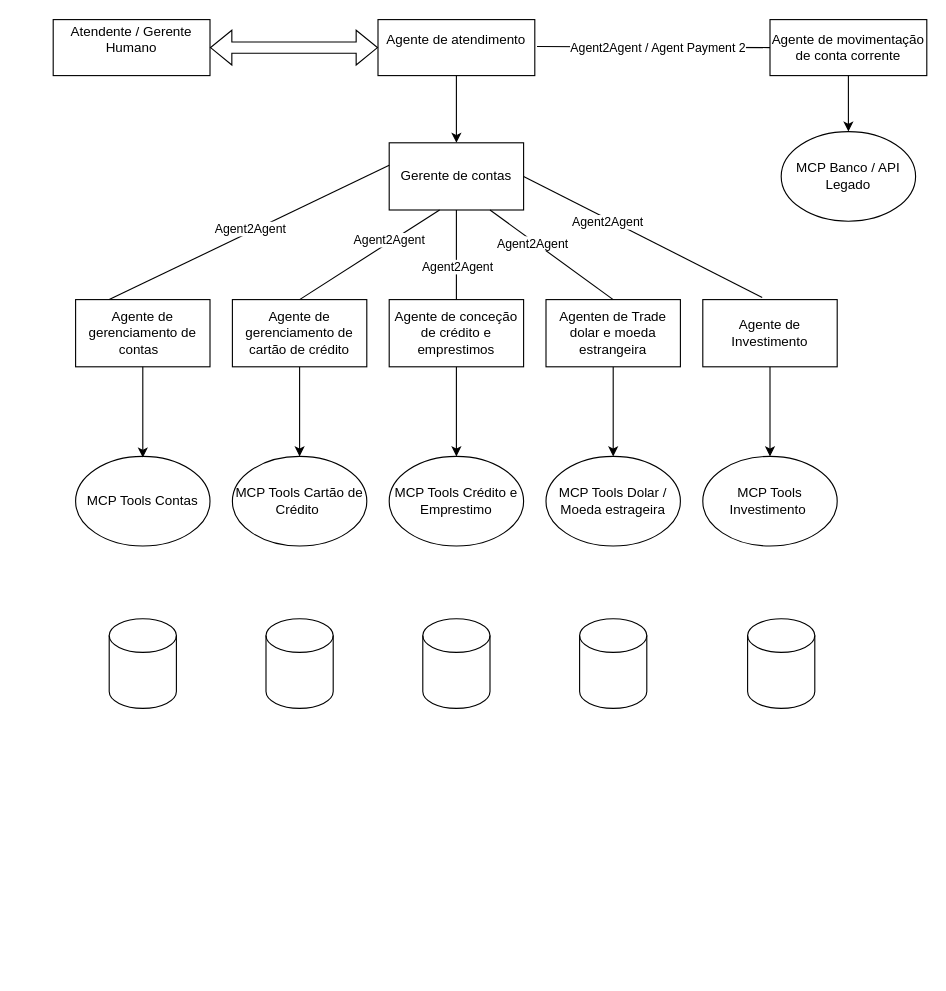
oliverccf/Brand-Management-AI keeps this draw.io diagram as Diagrama de .drawio. Above is the earlier version. Source tidied: cells renumbered, new cells numbered last; positions are measured from the earlier drawing's top-left corner, leaving out a move shared by most shapes. Both pictures are drawn from the tidied source at 112%, with x=0, y=0 at pixel (53, 19).
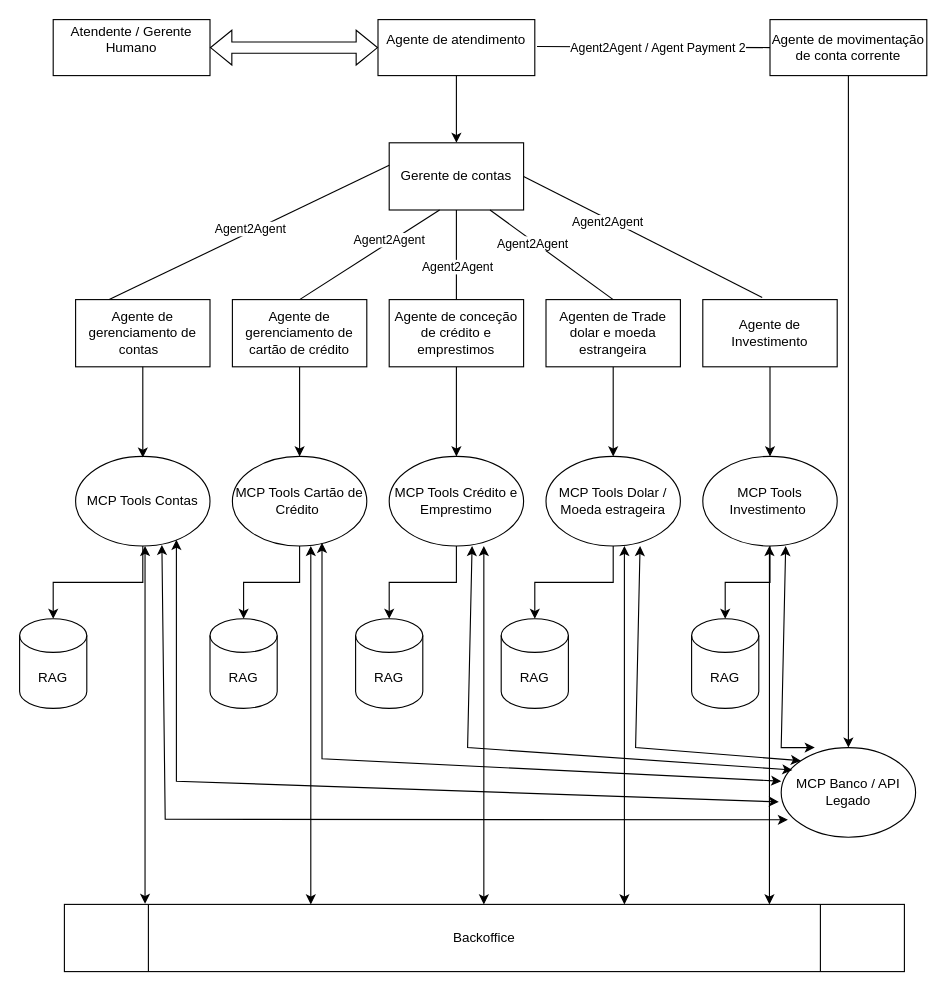
The same page after the edit.

The change refers to these unchanged cells:
```xml
<mxCell id="5" value="MCP Tools Contas" style="ellipse;whiteSpace=wrap;html=1;" parent="1" vertex="1">
  <mxGeometry x="20" y="390" width="120" height="80" as="geometry" />
</mxCell>
<mxCell id="6" value="MCP Tools Cartão de Crédito&amp;nbsp;" style="ellipse;whiteSpace=wrap;html=1;" parent="1" vertex="1">
  <mxGeometry x="160" y="390" width="120" height="80" as="geometry" />
</mxCell>
<mxCell id="10" value="MCP Tools Crédito e Emprestimo" style="ellipse;whiteSpace=wrap;html=1;" parent="1" vertex="1">
  <mxGeometry x="300" y="390" width="120" height="80" as="geometry" />
</mxCell>
<mxCell id="11" value="MCP Tools Dolar / Moeda estrageira" style="ellipse;whiteSpace=wrap;html=1;" parent="1" vertex="1">
  <mxGeometry x="440" y="390" width="120" height="80" as="geometry" />
</mxCell>
<mxCell id="16" value="MCP Tools Investimento&amp;nbsp;" style="ellipse;whiteSpace=wrap;html=1;" parent="1" vertex="1">
  <mxGeometry x="580" y="390" width="120" height="80" as="geometry" />
</mxCell>
```

The edit, as a diff of the source:
```diff
@@
     <mxCell id="4" value="MCP Banco / API Legado" style="ellipse;whiteSpace=wrap;html=1;" parent="1" vertex="1">
-      <mxGeometry x="650" y="100" width="120" height="80" as="geometry" />
+      <mxGeometry x="650" y="650" width="120" height="80" as="geometry" />
     </mxCell>
+    <mxCell id="42" style="edgeStyle=orthogonalEdgeStyle;rounded=0;jettySize=auto;html=1;" parent="1" edge="1" source="5" target="37">
+      <mxGeometry relative="1" as="geometry" />
+    </mxCell>
@@
+    <mxCell id="43" style="edgeStyle=orthogonalEdgeStyle;rounded=0;jettySize=auto;html=1;" parent="1" edge="1" source="6" target="38">
+      <mxGeometry relative="1" as="geometry" />
+    </mxCell>
@@
+    <mxCell id="44" style="edgeStyle=orthogonalEdgeStyle;rounded=0;jettySize=auto;html=1;" parent="1" edge="1" source="10" target="39">
+      <mxGeometry relative="1" as="geometry" />
+    </mxCell>
@@
+    <mxCell id="45" style="edgeStyle=orthogonalEdgeStyle;rounded=0;jettySize=auto;html=1;" parent="1" edge="1" source="11" target="40">
+      <mxGeometry relative="1" as="geometry" />
+    </mxCell>
@@
+    <mxCell id="46" style="edgeStyle=orthogonalEdgeStyle;rounded=0;jettySize=auto;html=1;" parent="1" edge="1" source="16" target="41">
+      <mxGeometry relative="1" as="geometry" />
+    </mxCell>
@@
-    <mxCell id="37" style="shape=cylinder3;whiteSpace=wrap;html=1;boundedLbl=1;backgroundOutline=1;size=15;" parent="1" vertex="1">
-      <mxGeometry x="50" y="535" width="60" height="80" as="geometry" />
+    <mxCell id="37" value="RAG" style="shape=cylinder3;whiteSpace=wrap;html=1;boundedLbl=1;backgroundOutline=1;size=15;" parent="1" vertex="1">
+      <mxGeometry x="-30" y="535" width="60" height="80" as="geometry" />
     </mxCell>
-    <mxCell id="38" style="shape=cylinder3;whiteSpace=wrap;html=1;boundedLbl=1;backgroundOutline=1;size=15;" parent="1" vertex="1">
-      <mxGeometry x="190" y="535" width="60" height="80" as="geometry" />
+    <mxCell id="38" value="RAG" style="shape=cylinder3;whiteSpace=wrap;html=1;boundedLbl=1;backgroundOutline=1;size=15;" parent="1" vertex="1">
+      <mxGeometry x="140" y="535" width="60" height="80" as="geometry" />
     </mxCell>
-    <mxCell id="39" style="shape=cylinder3;whiteSpace=wrap;html=1;boundedLbl=1;backgroundOutline=1;size=15;" parent="1" vertex="1">
-      <mxGeometry x="330" y="535" width="60" height="80" as="geometry" />
+    <mxCell id="39" value="RAG" style="shape=cylinder3;whiteSpace=wrap;html=1;boundedLbl=1;backgroundOutline=1;size=15;" parent="1" vertex="1">
+      <mxGeometry x="270" y="535" width="60" height="80" as="geometry" />
     </mxCell>
-    <mxCell id="40" style="shape=cylinder3;whiteSpace=wrap;html=1;boundedLbl=1;backgroundOutline=1;size=15;" parent="1" vertex="1">
-      <mxGeometry x="470" y="535" width="60" height="80" as="geometry" />
+    <mxCell id="40" value="RAG" style="shape=cylinder3;whiteSpace=wrap;html=1;boundedLbl=1;backgroundOutline=1;size=15;" parent="1" vertex="1">
+      <mxGeometry x="400" y="535" width="60" height="80" as="geometry" />
     </mxCell>
-    <mxCell id="41" style="shape=cylinder3;whiteSpace=wrap;html=1;boundedLbl=1;backgroundOutline=1;size=15;" parent="1" vertex="1">
-      <mxGeometry x="620" y="535" width="60" height="80" as="geometry" />
+    <mxCell id="41" value="RAG" style="shape=cylinder3;whiteSpace=wrap;html=1;boundedLbl=1;backgroundOutline=1;size=15;" parent="1" vertex="1">
+      <mxGeometry x="570" y="535" width="60" height="80" as="geometry" />
     </mxCell>
+    <mxCell id="47" style="endArrow=classic;startArrow=classic;html=1;rounded=0;entryX=0.642;entryY=0.988;entryDx=0;entryDy=0;entryPerimeter=0;exitX=0.05;exitY=0.806;exitDx=0;exitDy=0;exitPerimeter=0;" parent="1" edge="1" source="4" target="5">
+      <mxGeometry relative="1" as="geometry">
+        <Array as="points">
+          <mxPoint x="100" y="714" />
+        </Array>
+      </mxGeometry>
+    </mxCell>
+    <mxCell id="48" style="endArrow=classic;startArrow=classic;html=1;rounded=0;entryX=0.642;entryY=0.988;entryDx=0;entryDy=0;entryPerimeter=0;exitX=-0.017;exitY=0.606;exitDx=0;exitDy=0;exitPerimeter=0;" parent="1" edge="1" source="4">
+      <mxGeometry relative="1" as="geometry">
+        <mxPoint x="110" y="464.5" as="targetPoint" />
+        <Array as="points">
+          <mxPoint x="110" y="680" />
+        </Array>
+      </mxGeometry>
+    </mxCell>
+    <mxCell id="49" style="endArrow=classic;startArrow=classic;html=1;rounded=0;entryX=0.642;entryY=0.988;entryDx=0;entryDy=0;entryPerimeter=0;exitX=0;exitY=0.375;exitDx=0;exitDy=0;exitPerimeter=0;" parent="1" edge="1" source="4">
+      <mxGeometry relative="1" as="geometry">
+        <mxPoint x="240" y="467.2" as="targetPoint" />
+        <Array as="points">
+          <mxPoint x="240" y="660" />
+        </Array>
+      </mxGeometry>
+    </mxCell>
+    <mxCell id="50" style="endArrow=classic;startArrow=classic;html=1;rounded=0;entryX=0.642;entryY=0.988;entryDx=0;entryDy=0;entryPerimeter=0;exitX=0.083;exitY=0.25;exitDx=0;exitDy=0;exitPerimeter=0;" parent="1" edge="1" source="4">
+      <mxGeometry relative="1" as="geometry">
+        <mxPoint x="374" y="470" as="targetPoint" />
+        <Array as="points">
+          <mxPoint x="370" y="650" />
+        </Array>
+      </mxGeometry>
+    </mxCell>
+    <mxCell id="51" style="endArrow=classic;startArrow=classic;html=1;rounded=0;entryX=0.642;entryY=0.988;entryDx=0;entryDy=0;entryPerimeter=0;exitX=0;exitY=0;exitDx=0;exitDy=0;" parent="1" edge="1" source="4">
+      <mxGeometry relative="1" as="geometry">
+        <mxPoint x="524" y="470" as="targetPoint" />
+        <Array as="points">
+          <mxPoint x="520" y="650" />
+        </Array>
+      </mxGeometry>
+    </mxCell>
+    <mxCell id="52" style="endArrow=classic;startArrow=classic;html=1;rounded=0;entryX=0.642;entryY=0.988;entryDx=0;entryDy=0;entryPerimeter=0;" parent="1" edge="1">
+      <mxGeometry relative="1" as="geometry">
+        <mxPoint x="680" y="650" as="sourcePoint" />
+        <mxPoint x="654" y="470" as="targetPoint" />
+        <Array as="points">
+          <mxPoint x="650" y="650" />
+        </Array>
+      </mxGeometry>
+    </mxCell>
+    <mxCell id="53" value="Backoffice" style="shape=process;whiteSpace=wrap;html=1;backgroundOutline=1;" parent="1" vertex="1">
+      <mxGeometry x="10" y="790" width="750" height="60" as="geometry" />
+    </mxCell>
+    <mxCell id="54" style="endArrow=classic;startArrow=classic;html=1;rounded=0;exitX=0.096;exitY=-0.008;exitDx=0;exitDy=0;exitPerimeter=0;" parent="1" edge="1" source="53">
+      <mxGeometry relative="1" as="geometry">
+        <mxPoint x="82" y="470" as="targetPoint" />
+      </mxGeometry>
+    </mxCell>
+    <mxCell id="55" style="endArrow=classic;startArrow=classic;html=1;rounded=0;exitX=0.096;exitY=-0.008;exitDx=0;exitDy=0;exitPerimeter=0;" parent="1" edge="1">
+      <mxGeometry relative="1" as="geometry">
+        <mxPoint x="230" y="790" as="sourcePoint" />
+        <mxPoint x="230" y="470" as="targetPoint" />
+      </mxGeometry>
+    </mxCell>
+    <mxCell id="56" style="endArrow=classic;startArrow=classic;html=1;rounded=0;exitX=0.096;exitY=-0.008;exitDx=0;exitDy=0;exitPerimeter=0;" parent="1" edge="1">
+      <mxGeometry relative="1" as="geometry">
+        <mxPoint x="384.5" y="790" as="sourcePoint" />
+        <mxPoint x="384.5" y="470" as="targetPoint" />
+      </mxGeometry>
+    </mxCell>
+    <mxCell id="57" style="endArrow=classic;startArrow=classic;html=1;rounded=0;exitX=0.096;exitY=-0.008;exitDx=0;exitDy=0;exitPerimeter=0;" parent="1" edge="1">
+      <mxGeometry relative="1" as="geometry">
+        <mxPoint x="510" y="790" as="sourcePoint" />
+        <mxPoint x="510" y="470" as="targetPoint" />
+      </mxGeometry>
+    </mxCell>
+    <mxCell id="58" style="endArrow=classic;startArrow=classic;html=1;rounded=0;exitX=0.096;exitY=-0.008;exitDx=0;exitDy=0;exitPerimeter=0;" parent="1" edge="1">
+      <mxGeometry relative="1" as="geometry">
+        <mxPoint x="639.5" y="790" as="sourcePoint" />
+        <mxPoint x="639.5" y="470" as="targetPoint" />
+      </mxGeometry>
+    </mxCell>
```
